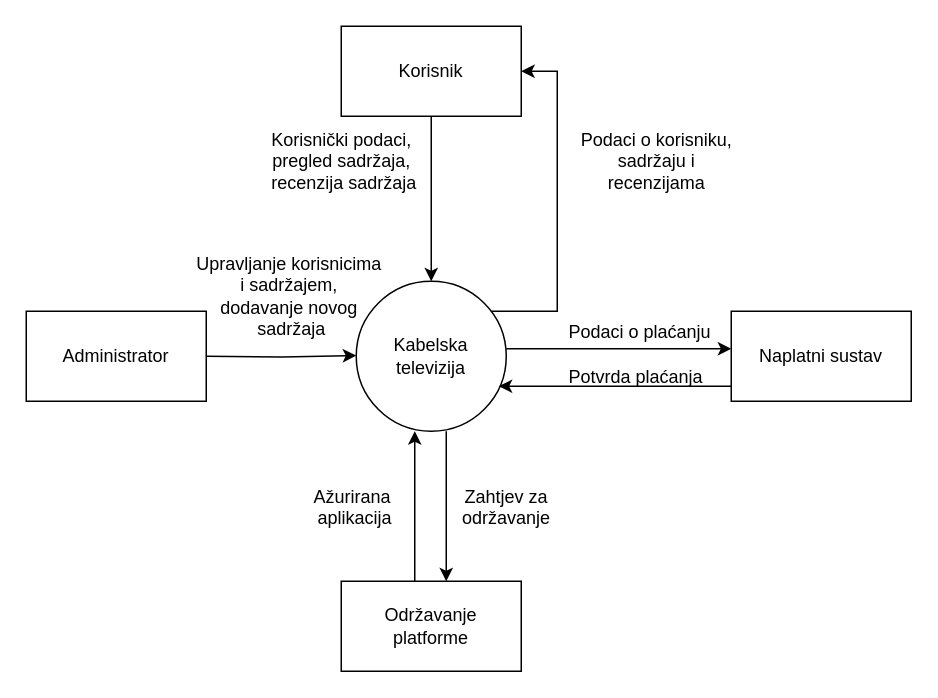
Before: 2. Specifikacija zahtjeva/Model procesa/Dijagram konteksta.drawio in Franjo7/PIS, a draw.io diagram. Source tidied: cells renumbered, new cells numbered last; positions are measured from the earlier drawing's top-left corner, leaving out a move shared by most shapes. Both pictures are drawn from the tidied source at 150%, with x=0, y=0 at pixel (26, 26).
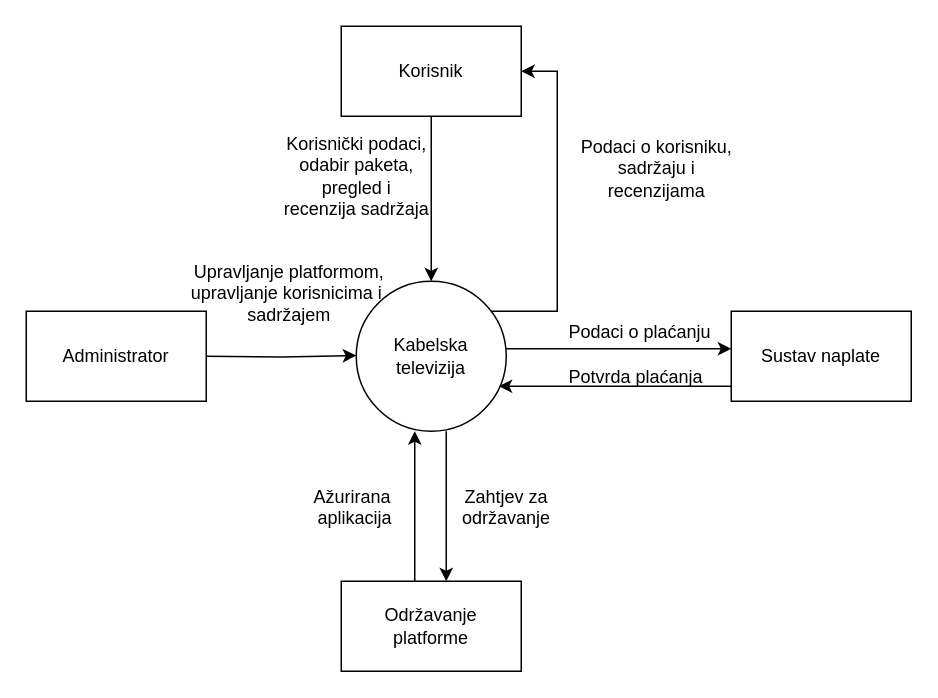
The same diagram, later.

The edit, as a diff of the source:
```diff
@@
-    <mxCell id="5" value="Korisnički podaci,&lt;br&gt;pregled sadržaja,&lt;br&gt;&amp;nbsp;recenzija sadržaja" style="text;html=1;align=center;verticalAlign=middle;strokeColor=none;fillColor=none;" parent="1" vertex="1">
-      <mxGeometry x="150" y="60" width="120" height="60" as="geometry" />
+    <mxCell id="5" value="Korisnički podaci,&lt;br&gt;odabir paketa,&lt;br&gt;pregled i &lt;br&gt;recenzija sadržaja" style="text;html=1;align=center;verticalAlign=middle;strokeColor=none;fillColor=none;" parent="1" vertex="1">
+      <mxGeometry x="160" y="65" width="120" height="70" as="geometry" />
     </mxCell>
@@
     <mxCell id="7" value="Podaci o korisniku,&lt;br&gt;sadržaju i &lt;br&gt;recenzijama" style="text;html=1;align=center;verticalAlign=middle;strokeColor=none;fillColor=none;" parent="1" vertex="1">
-      <mxGeometry x="360" y="60" width="120" height="60" as="geometry" />
+      <mxGeometry x="360" y="65" width="120" height="60" as="geometry" />
     </mxCell>
@@
-    <mxCell id="10" value="Upravljanje korisnicima &lt;br&gt;i sadržajem,&lt;br&gt;dodavanje novog&lt;br&gt;&amp;nbsp;sadržaja" style="text;html=1;align=center;verticalAlign=middle;strokeColor=none;fillColor=none;" parent="1" vertex="1">
-      <mxGeometry x="100" y="145" width="150" height="70" as="geometry" />
+    <mxCell id="10" value="Upravljanje platformom,&lt;br&gt;upravljanje korisnicima i&amp;nbsp;&lt;br&gt;sadržajem&lt;br&gt;&amp;nbsp;" style="text;html=1;align=center;verticalAlign=middle;strokeColor=none;fillColor=none;" parent="1" vertex="1">
+      <mxGeometry x="100" y="150" width="150" height="70" as="geometry" />
     </mxCell>
@@
-    <mxCell id="16" value="Naplatni sustav" style="rounded=0;whiteSpace=wrap;html=1;" parent="1" vertex="1">
+    <mxCell id="16" value="Sustav naplate" style="rounded=0;whiteSpace=wrap;html=1;" parent="1" vertex="1">
       <mxGeometry x="470" y="190" width="120" height="60" as="geometry" />
     </mxCell>
```
